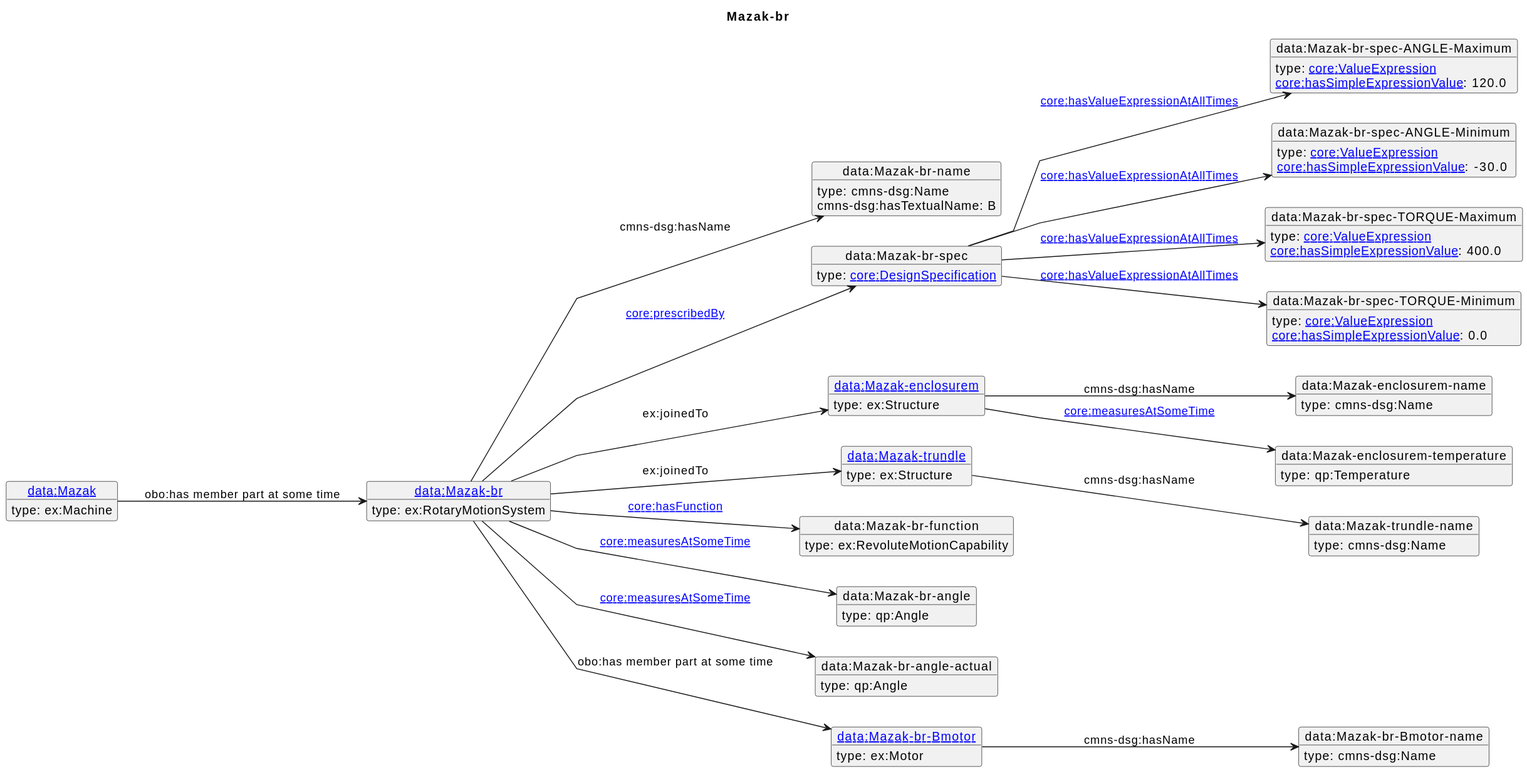
iofoundry/example-syseng-mtconnect keeps this PlantUML diagram as diagrams/Mazak-br.svg. Above is the earlier version.
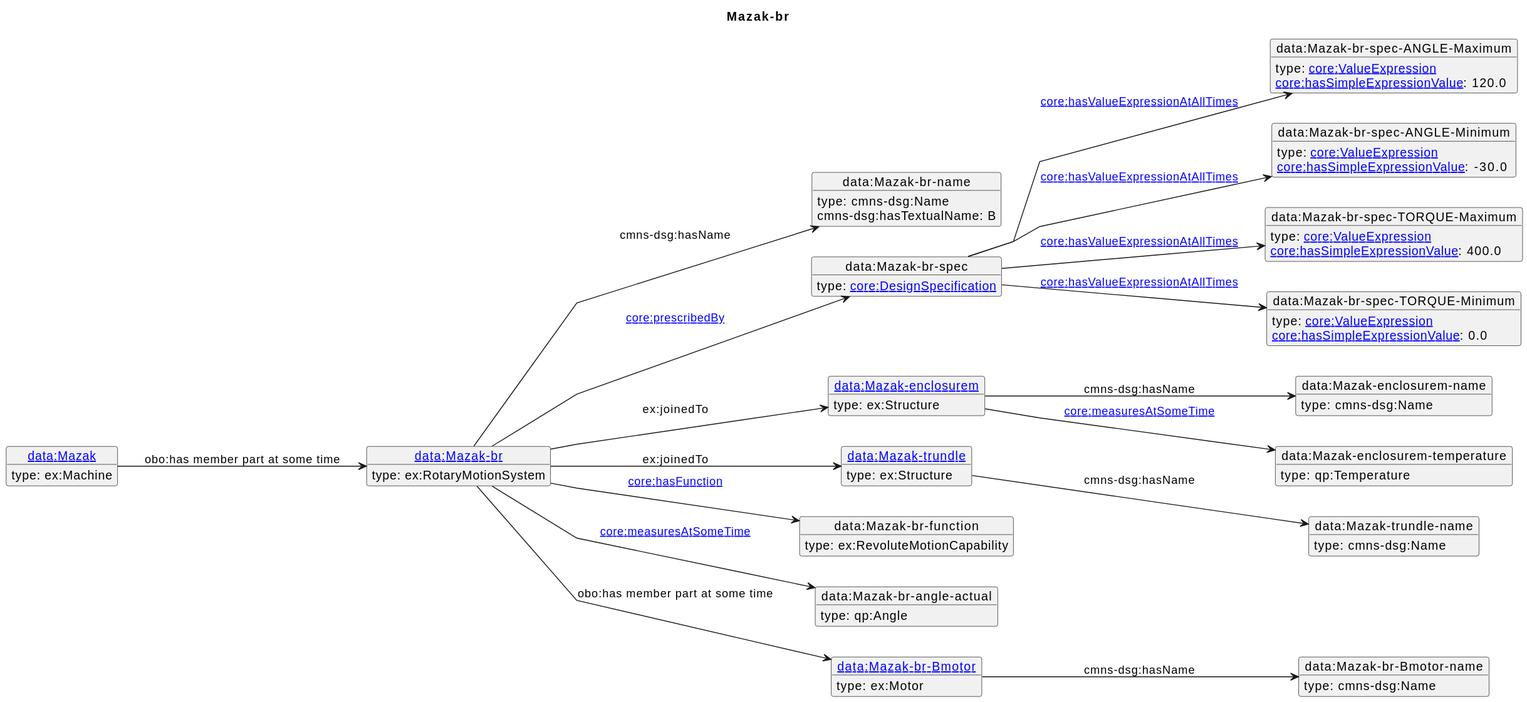
After the change.

Diff of the diagram source:
```diff
@@ -41,19 +41,16 @@
 object "data:Mazak-br-function" as o13 {
  type: ex:RevoluteMotionCapability
 }
-object "data:Mazak-br-angle" as o14 {
+object "data:Mazak-br-angle-actual" as o14 {
  type: qp:Angle
 }
-object "data:Mazak-br-angle-actual" as o15 {
- type: qp:Angle
-}
-object "[[./Mazak-br-Bmotor.html data:Mazak-br-Bmotor]]" as o16 {
+object "[[./Mazak-br-Bmotor.html data:Mazak-br-Bmotor]]" as o15 {
  type: ex:Motor
 }
-object "data:Mazak-br-Bmotor-name" as o17 {
+object "data:Mazak-br-Bmotor-name" as o16 {
  type: cmns-dsg:Name
 }
-object "[[./Mazak.html data:Mazak]]" as o18 {
+object "[[./Mazak.html data:Mazak]]" as o17 {
  type: ex:Machine
 }
 o1 --> o2 : cmns-dsg:hasName
@@ -74,8 +71,7 @@
 o11 --> o12 : cmns-dsg:hasName
 o1 --> o13 : [[https://spec.industrialontologies.org/ontology/core/Core/hasFunction core:hasFunction]]
 o1 --> o14 : [[https://spec.industrialontologies.org/ontology/core/Core/measuresAtSomeTime core:measuresAtSomeTime]]
-o1 --> o15 : [[https://spec.industrialontologies.org/ontology/core/Core/measuresAtSomeTime core:measuresAtSomeTime]]
-o1 --> o16 : obo:has member part at some time
-o16 --> o17 : cmns-dsg:hasName
-o18 --> o1 : obo:has member part at some time
+o1 --> o15 : obo:has member part at some time
+o15 --> o16 : cmns-dsg:hasName
+o17 --> o1 : obo:has member part at some time
 @enduml
```
